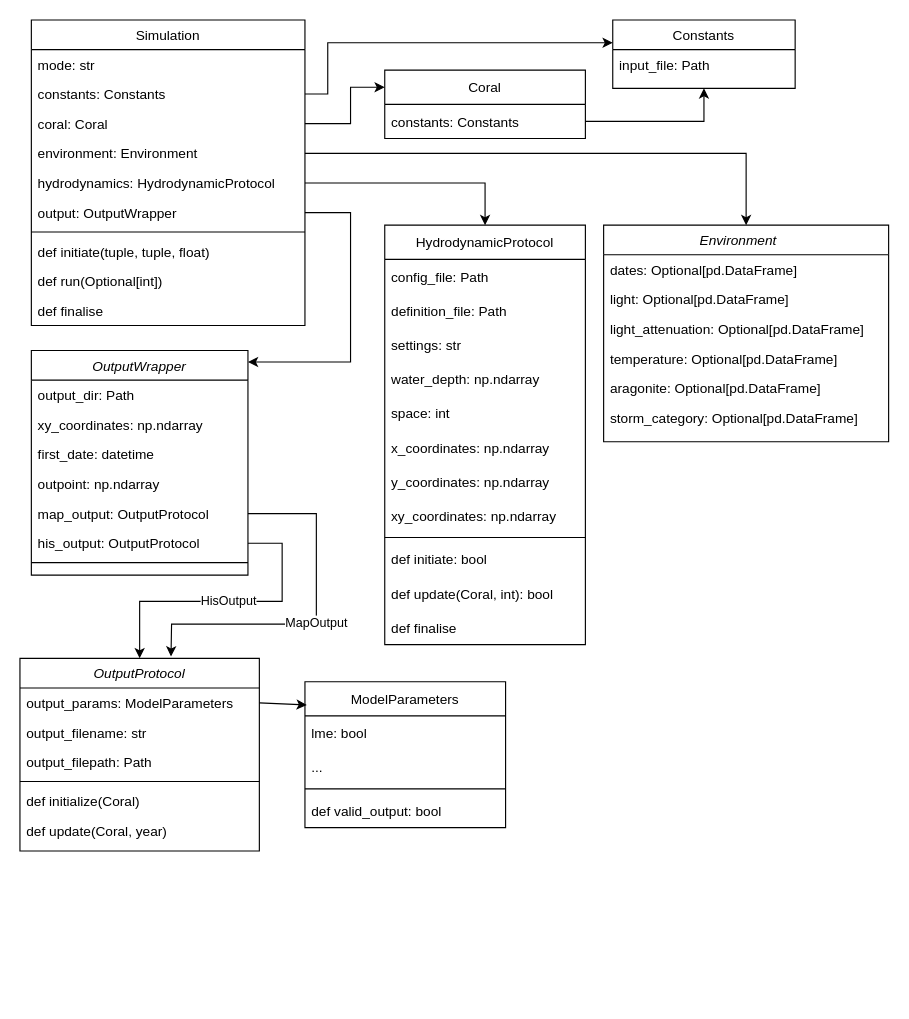
Deltares-research/NBSDynamics keeps this draw.io diagram as page "General Class Diagram" (1 of 4) of docs/diagrams/general_class_diagram.drawio. Above is the earlier version. Source tidied: cells renumbered, new cells numbered last; positions are measured from the earlier drawing's top-left corner, leaving out a move shared by most shapes. Both pictures are drawn from the tidied source at 114%, with x=0, y=0 at pixel (19, 19).
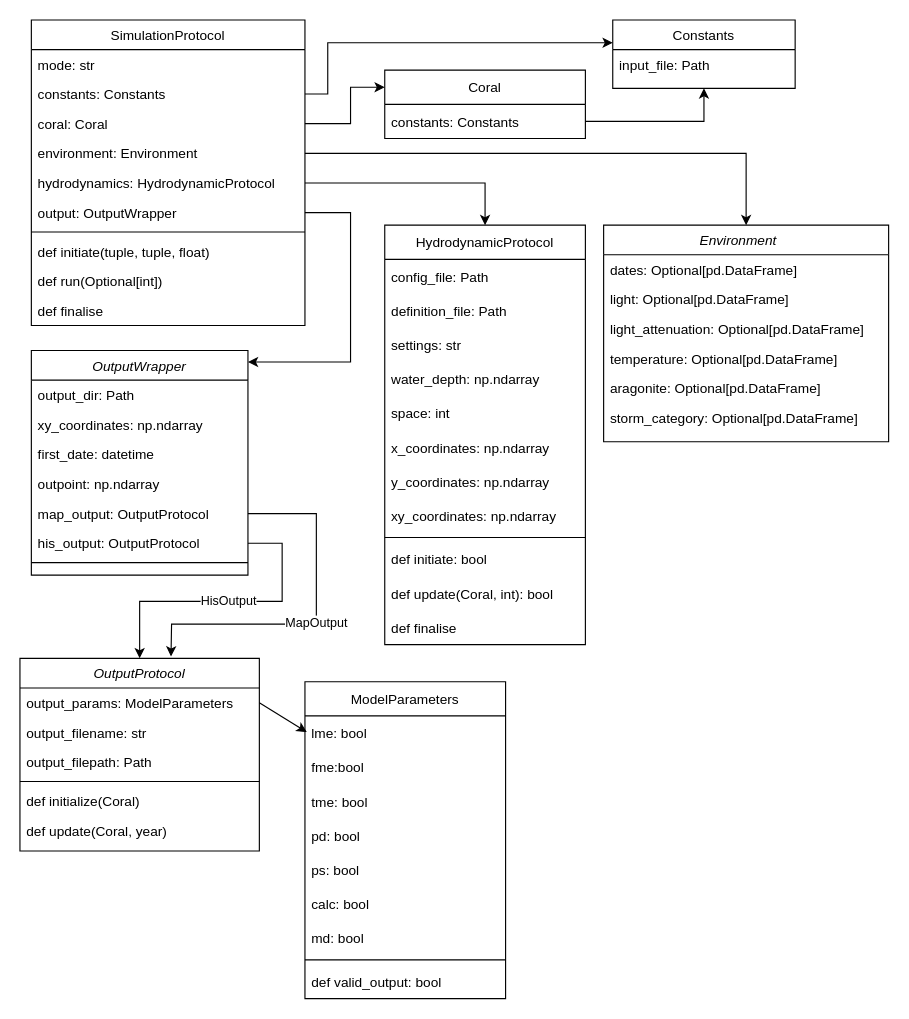
The same page after the edit.

Commit message (it also covers changes not shown here):
docs(docs/diagrams): Extended and updated architecture diagram(s)

What changed in the source:
```diff
@@
-    <mxCell id="11" value="Simulation" style="swimlane;fontStyle=0;align=center;verticalAlign=top;horizontal=1;startSize=26;rounded=0;shadow=0;strokeWidth=1;" parent="1" vertex="1">
+    <mxCell id="11" value="SimulationProtocol" style="swimlane;fontStyle=0;align=center;verticalAlign=top;horizontal=1;startSize=26;rounded=0;shadow=0;strokeWidth=1;" parent="1" vertex="1">
       <mxGeometry x="10" width="240" height="268" as="geometry" />
     </mxCell>
@@
     <mxCell id="39" value="ModelParameters" style="swimlane;fontStyle=0;horizontal=1;startSize=30;" parent="1" vertex="1">
-      <mxGeometry x="250" y="580.5" width="176" height="128" as="geometry" />
+      <mxGeometry x="250" y="580.5" width="176" height="278" as="geometry" />
     </mxCell>
@@
-    <mxCell id="41" value="..." style="text;strokeColor=none;fillColor=none;align=left;verticalAlign=middle;spacingLeft=4;spacingRight=4;overflow=hidden;" parent="39" vertex="1">
+    <mxCell id="41" value="fme:bool" style="text;strokeColor=none;fillColor=none;align=left;verticalAlign=middle;spacingLeft=4;spacingRight=4;overflow=hidden;" parent="39" vertex="1">
       <mxGeometry y="60" width="176" height="30" as="geometry" />
     </mxCell>
+    <mxCell id="66" value="tme: bool" style="text;strokeColor=none;fillColor=none;align=left;verticalAlign=middle;spacingLeft=4;spacingRight=4;overflow=hidden;" parent="39" vertex="1">
+      <mxGeometry y="90" width="176" height="30" as="geometry" />
+    </mxCell>
+    <mxCell id="67" value="pd: bool" style="text;strokeColor=none;fillColor=none;align=left;verticalAlign=middle;spacingLeft=4;spacingRight=4;overflow=hidden;" parent="39" vertex="1">
+      <mxGeometry y="120" width="176" height="30" as="geometry" />
+    </mxCell>
+    <mxCell id="68" value="ps: bool" style="text;strokeColor=none;fillColor=none;align=left;verticalAlign=middle;spacingLeft=4;spacingRight=4;overflow=hidden;" parent="39" vertex="1">
+      <mxGeometry y="150" width="176" height="30" as="geometry" />
+    </mxCell>
+    <mxCell id="69" value="calc: bool" style="text;strokeColor=none;fillColor=none;align=left;verticalAlign=middle;spacingLeft=4;spacingRight=4;overflow=hidden;" parent="39" vertex="1">
+      <mxGeometry y="180" width="176" height="30" as="geometry" />
+    </mxCell>
+    <mxCell id="70" value="md: bool" style="text;strokeColor=none;fillColor=none;align=left;verticalAlign=middle;spacingLeft=4;spacingRight=4;overflow=hidden;" parent="39" vertex="1">
+      <mxGeometry y="210" width="176" height="30" as="geometry" />
+    </mxCell>
     <mxCell id="42" style="line;html=1;strokeWidth=1;align=left;verticalAlign=middle;spacingTop=-1;spacingLeft=3;spacingRight=3;labelPosition=right;" parent="39" vertex="1">
-      <mxGeometry y="90" width="176" height="8" as="geometry" />
+      <mxGeometry y="240" width="176" height="8" as="geometry" />
     </mxCell>
     <mxCell id="43" value="def valid_output: bool" style="text;strokeColor=none;fillColor=none;align=left;verticalAlign=middle;spacingLeft=4;spacingRight=4;overflow=hidden;" parent="39" vertex="1">
-      <mxGeometry y="98" width="176" height="30" as="geometry" />
+      <mxGeometry y="248" width="176" height="30" as="geometry" />
     </mxCell>
```
